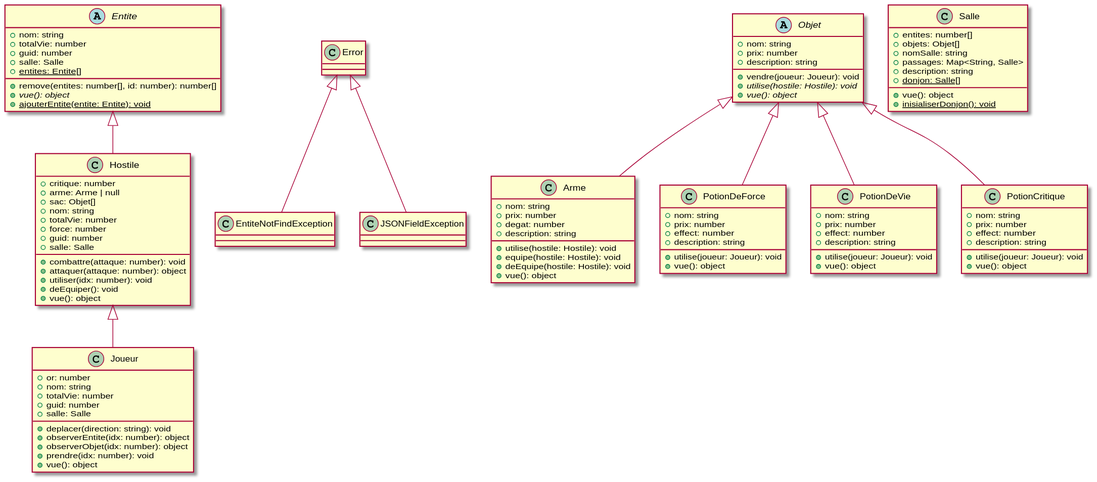
NicolasPereira1/tp-C3P keeps this PlantUML diagram as Projet Donjon/UML/UML.svg. Above is the earlier version.
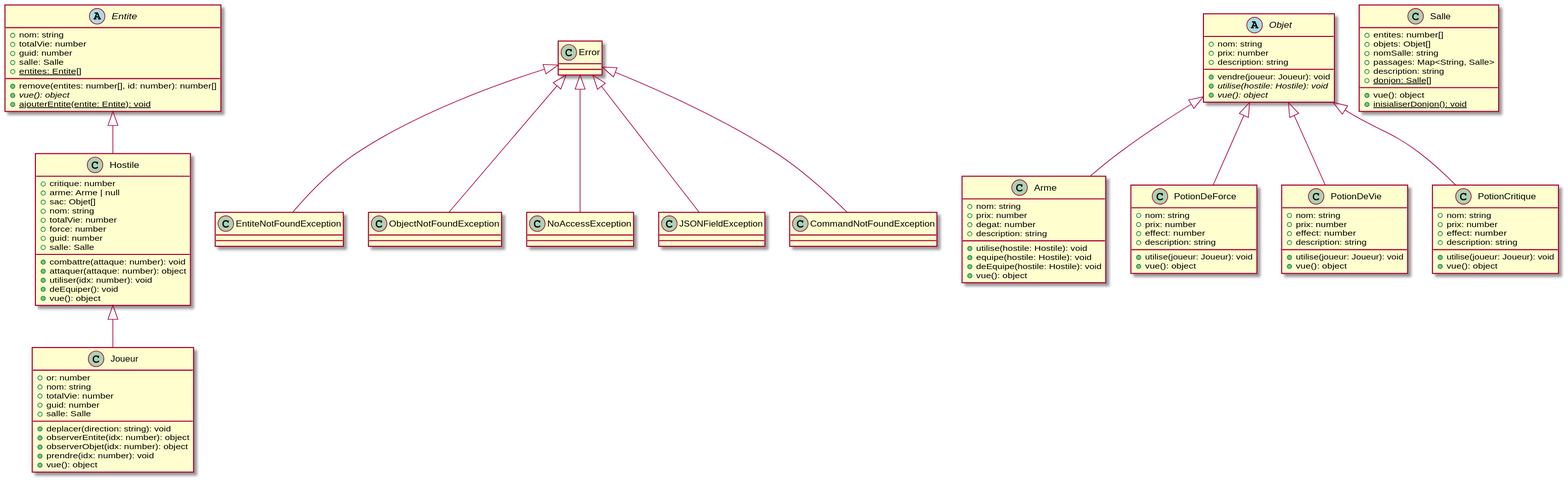
After the change.

The edit, as a diff of the source:
```diff
@@ -9,7 +9,8 @@
     +{static} entites: Entite[]
     +{static} ajouterEntite(entite: Entite): void
 }
-class EntiteNotFindException extends Error
+class EntiteNotFoundException extends Error
+class ObjectNotFoundException extends Error
 class Hostile extends Entite {
     +critique: number
     +arme: Arme | null
@@ -77,6 +78,7 @@
     +{static} donjon: Salle[]
     +{static} inisialiserDonjon(): void
 }
+class NoAccessException extends Error
 class JSONFieldException extends Error
 class Joueur extends Hostile {
     +or: number
@@ -90,4 +92,5 @@
     +prendre(idx: number): void
     +vue(): object
 }
+class CommandNotFoundException extends Error
 @enduml
```
